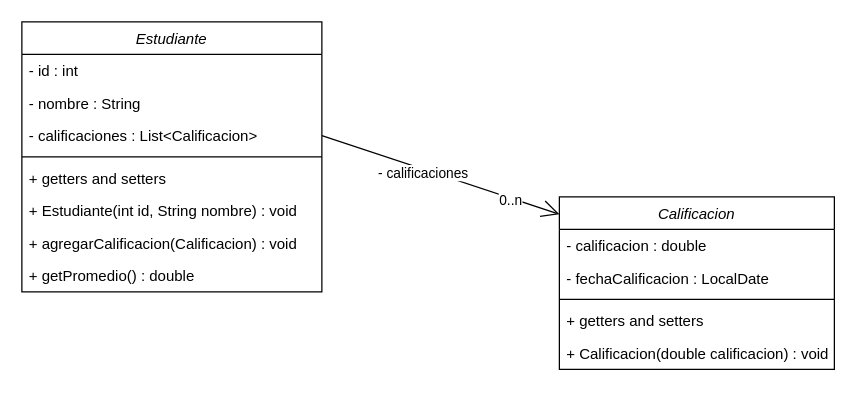
pablogiordanog/informatorio2024-java-a keeps this draw.io diagram as src/poo/practico03/padawan/diagramas/ejercicio3.drawio. Above is the earlier version. Source tidied: cells renumbered, new cells numbered last; positions are measured from the earlier drawing's top-left corner, leaving out a move shared by most shapes. Both pictures are drawn from the tidied source at 125%, with x=0, y=0 at pixel (21, 21).
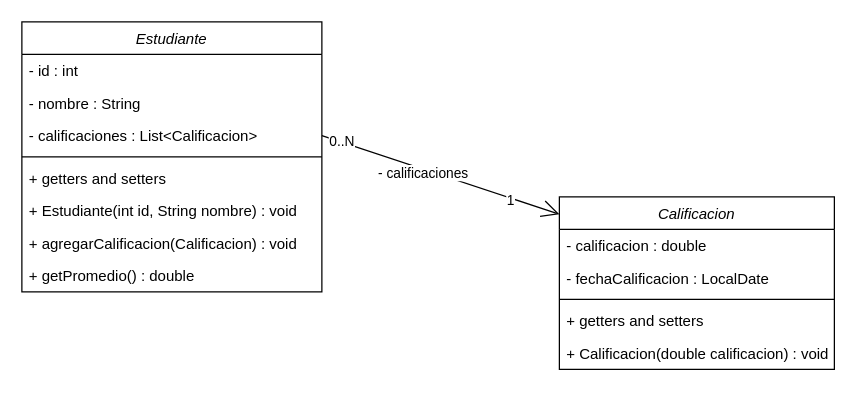
Above is the later version.

Commit message (it also covers changes not shown here):
Ejercicio 1: Diccionario simple

Unchanged cells that the change refers to:
```xml
<mxCell id="17" style="endArrow=open;endFill=1;endSize=12;html=1;rounded=0;entryX=0;entryY=0.101;entryDx=0;entryDy=0;entryPerimeter=0;exitX=1;exitY=0.5;exitDx=0;exitDy=0;" parent="1" edge="1" source="5" target="11">
  <mxGeometry relative="1" as="geometry" />
</mxCell>
```

What changed in the source:
```diff
@@
-    <mxCell id="19" value="0..n" style="edgeLabel;html=1;align=center;verticalAlign=middle;" parent="17" vertex="1">
+    <mxCell id="19" value="1" style="edgeLabel;html=1;align=center;verticalAlign=middle;" parent="17" vertex="1">
       <mxGeometry x="0.72" y="-1" relative="1" as="geometry">
         <mxPoint x="-12" y="-4" as="offset" />
       </mxGeometry>
     </mxCell>
+    <mxCell id="20" value="0..N" style="edgeLabel;html=1;align=center;verticalAlign=middle;" parent="17" vertex="1">
+      <mxGeometry x="-0.84" y="1" relative="1" as="geometry" />
+    </mxCell>
```
